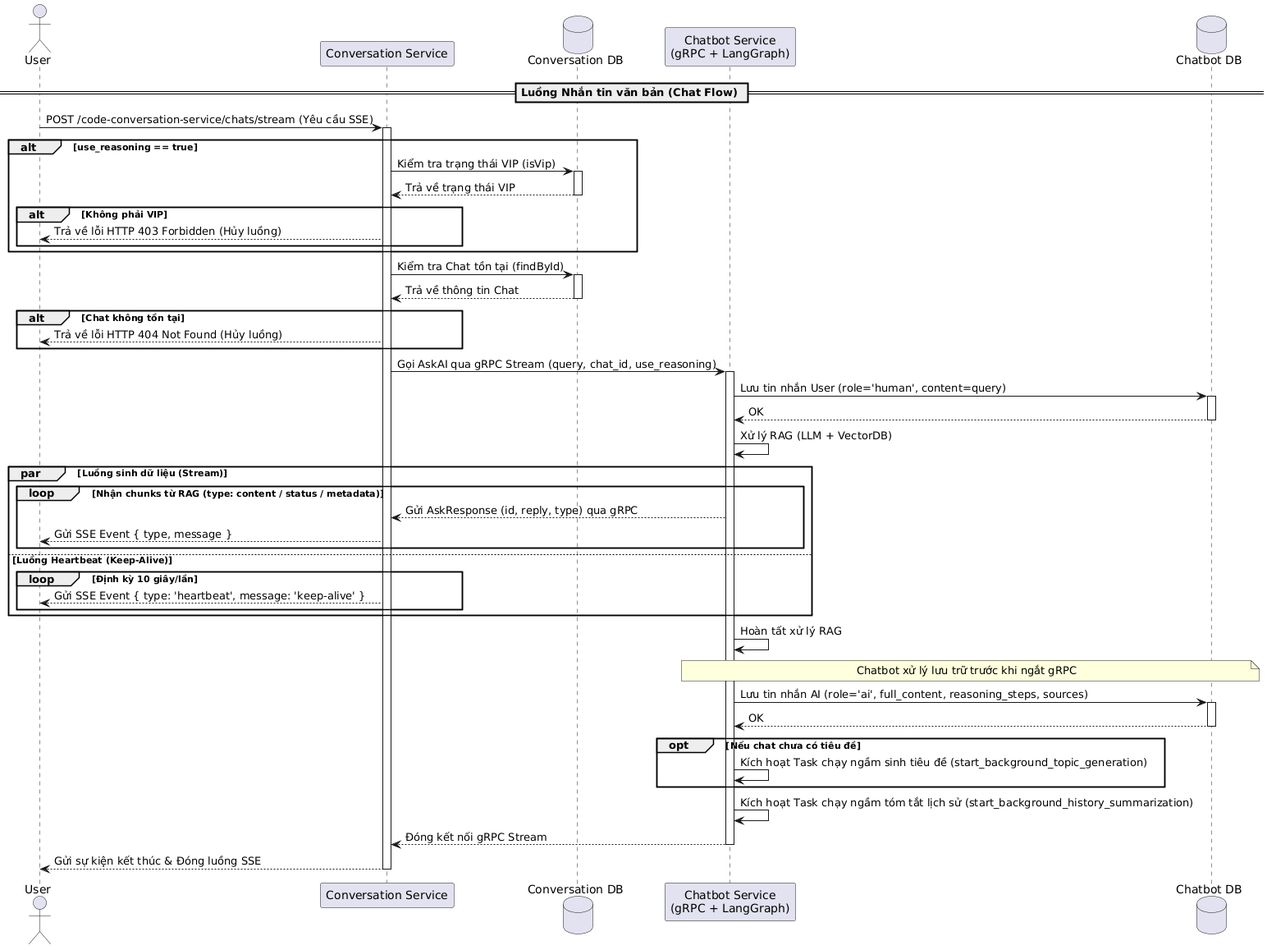
The PlantUML diagram temp/05-sequence/UML-Sequence-17.png in 20206205Tech/docs-uml, before a commit.
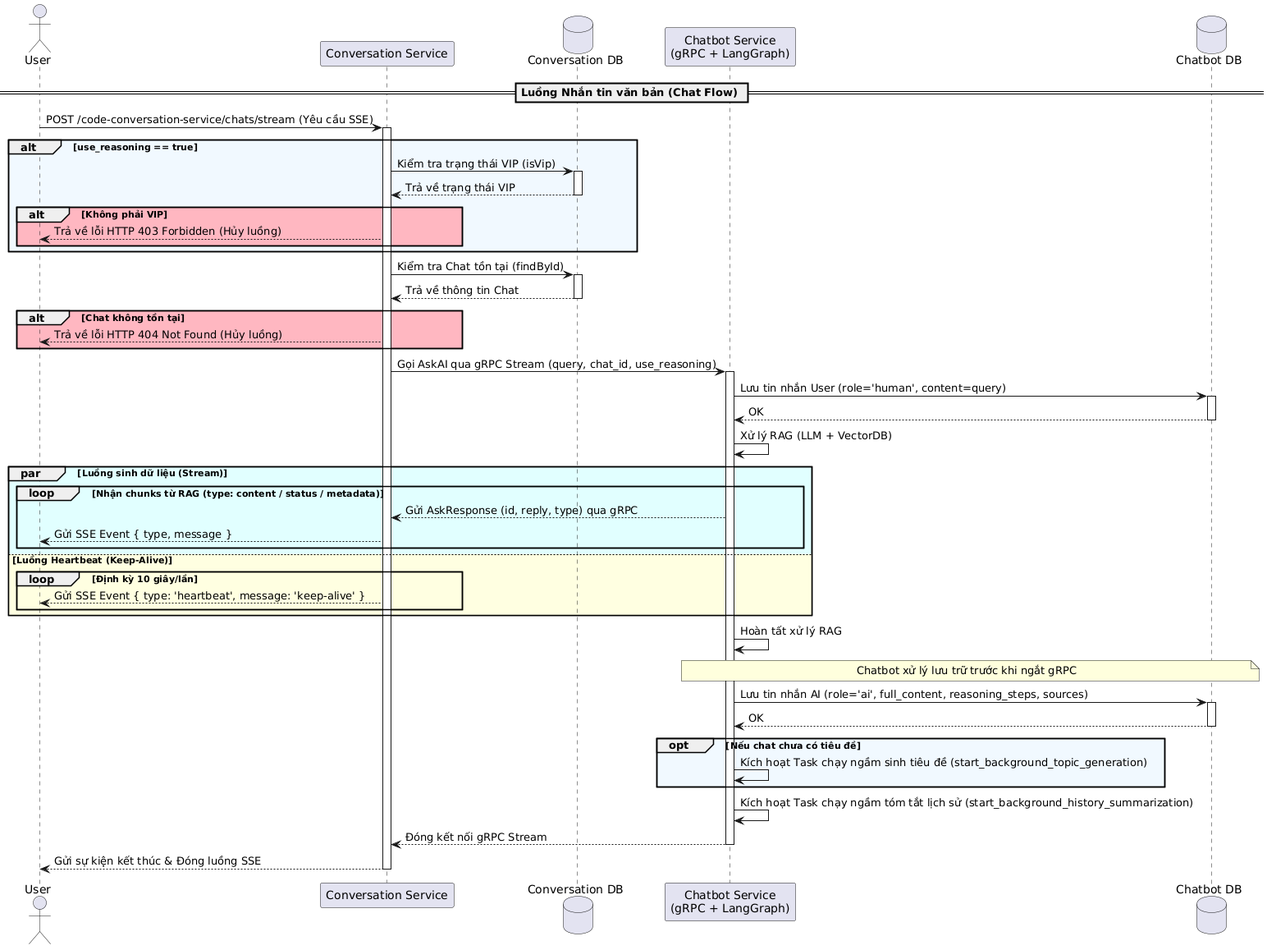
Above is the later version.

Diff of the diagram source:
```diff
@@ -9,12 +9,12 @@
 User -> ConvService: POST /code-conversation-service/chats/stream (Yêu cầu SSE)
 activate ConvService
 
-alt use_reasoning == true
+alt #AliceBlue use_reasoning == true
     ConvService -> ConvDB: Kiểm tra trạng thái VIP (isVip)
     activate ConvDB
     ConvDB --> ConvService: Trả về trạng thái VIP
     deactivate ConvDB
-    alt Không phải VIP
+    alt #LightPink Không phải VIP
         ConvService --> User: Trả về lỗi HTTP 403 Forbidden (Hủy luồng)
     end
 end
@@ -23,7 +23,7 @@
 activate ConvDB
 ConvDB --> ConvService: Trả về thông tin Chat
 deactivate ConvDB
-alt Chat không tồn tại
+alt #LightPink Chat không tồn tại
     ConvService --> User: Trả về lỗi HTTP 404 Not Found (Hủy luồng)
 end
 
@@ -37,13 +37,13 @@
 
 Chatbot -> Chatbot: Xử lý RAG (LLM + VectorDB)
 
-par Luồng sinh dữ liệu (Stream)
-    loop Nhận chunks từ RAG (type: content / status / metadata)
+par #LightCyan Luồng sinh dữ liệu (Stream)
+    loop #LightCyan Nhận chunks từ RAG (type: content / status / metadata)
         Chatbot --> ConvService: Gửi AskResponse (id, reply, type) qua gRPC
         ConvService --> User: Gửi SSE Event { type, message }
     end
-else Luồng Heartbeat (Keep-Alive)
-    loop Định kỳ 10 giây/lần
+else #LightYellow Luồng Heartbeat (Keep-Alive)
+    loop #LightYellow Định kỳ 10 giây/lần
         ConvService --> User: Gửi SSE Event { type: 'heartbeat', message: 'keep-alive' }
     end
 end
@@ -56,7 +56,7 @@
 ChatbotDB --> Chatbot: OK
 deactivate ChatbotDB
 
-opt Nếu chat chưa có tiêu đề
+opt #AliceBlue Nếu chat chưa có tiêu đề
     Chatbot -> Chatbot: Kích hoạt Task chạy ngầm sinh tiêu đề (start_background_topic_generation)
 end
 Chatbot -> Chatbot: Kích hoạt Task chạy ngầm tóm tắt lịch sử (start_background_history_summarization)
```
